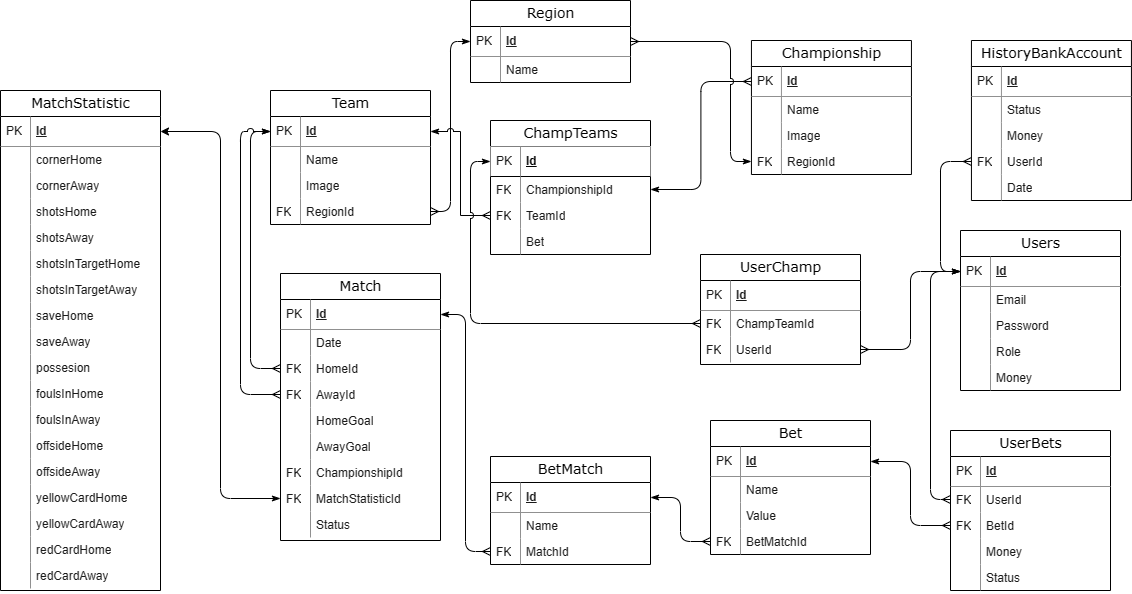
Above: database_example-Page-1.drawio.png in jk2911/diplom (draw.io), before the change. Source tidied: cells renumbered, new cells last; positions are measured from the earlier drawing's top-left corner, leaving out a move shared by most shapes.
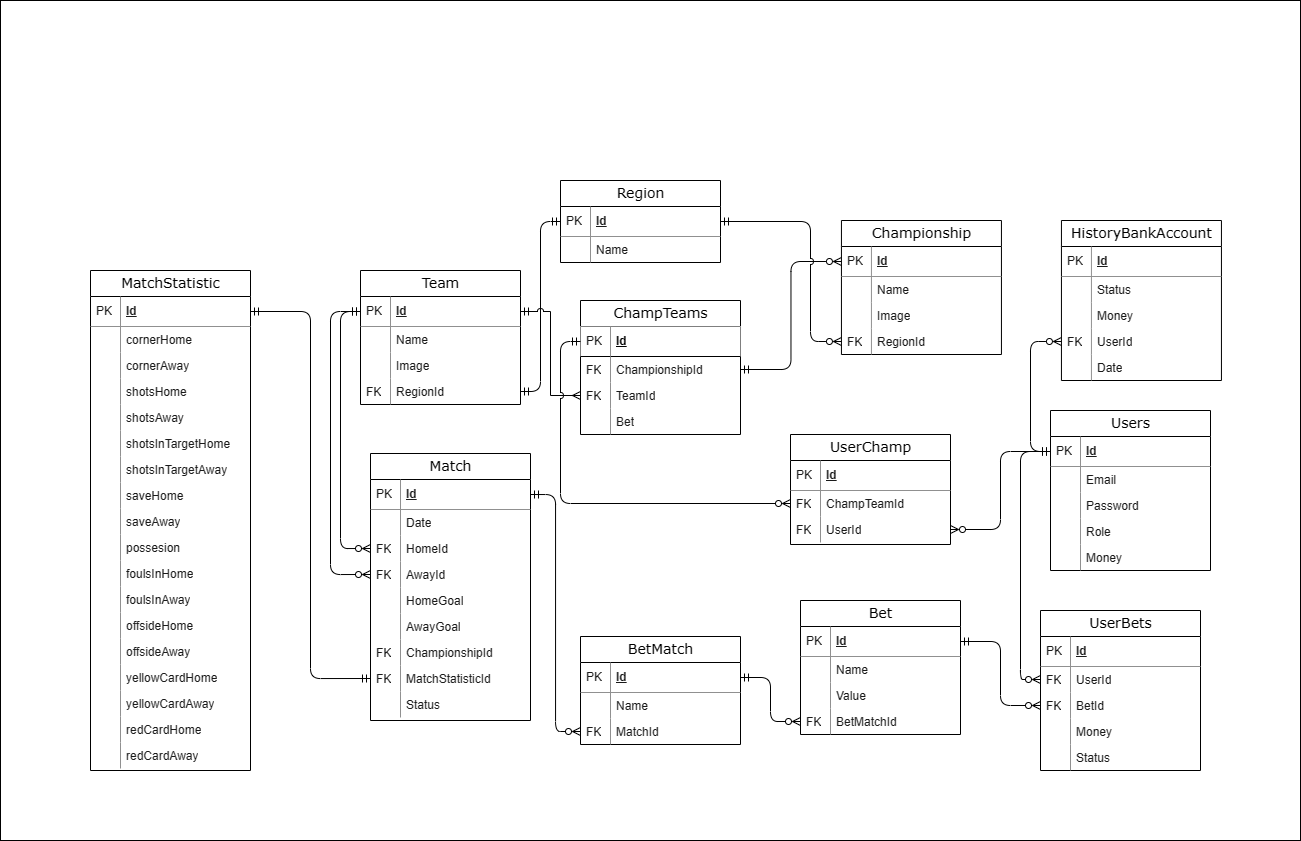
After the commit.

Commit message:
update practice report

The edit, as a diff of the source:
```diff
@@ -2,6 +2,9 @@
   <root>
     <mxCell id="0" />
     <mxCell id="1" parent="0" />
+    <mxCell id="160" style="rounded=0;whiteSpace=wrap;html=1;" parent="1" vertex="1">
+      <mxGeometry x="-90" y="-180" width="1300" height="840" as="geometry" />
+    </mxCell>
     <mxCell id="2" value="MatchStatistic" style="swimlane;html=1;fontStyle=0;horizontal=1;startSize=26;swimlaneFillColor=#ffffff;align=center;rounded=0;shadow=0;comic=0;labelBackgroundColor=none;strokeWidth=1;fontFamily=Verdana;fontSize=14;" parent="1" vertex="1">
       <mxGeometry y="90" width="160" height="500" as="geometry" />
     </mxCell>
@@ -197,10 +200,10 @@
     <mxCell id="66" style="shape=partialRectangle;top=0;left=0;bottom=0;html=1;fillColor=none;align=left;verticalAlign=top;spacingLeft=4;spacingRight=4;whiteSpace=wrap;overflow=hidden;strokeColor=#909090;fontColor=#1A1A1A;" parent="65" vertex="1">
       <mxGeometry width="30" height="26" as="geometry" />
     </mxCell>
-    <mxCell id="67" style="edgeStyle=orthogonalEdgeStyle;rounded=1;jettySize=auto;html=1;exitX=0;exitY=0.5;exitDx=0;exitDy=0;entryX=1;entryY=0.5;entryDx=0;entryDy=0;startArrow=classicThin;startFill=1;endArrow=classic;endFill=1;jumpStyle=arc;" parent="1" edge="1" source="63" target="3">
+    <mxCell id="67" style="edgeStyle=orthogonalEdgeStyle;rounded=1;jettySize=auto;html=1;exitX=0;exitY=0.5;exitDx=0;exitDy=0;entryX=1;entryY=0.5;entryDx=0;entryDy=0;startArrow=ERmandOne;startFill=0;endArrow=ERmandOne;endFill=0;jumpStyle=arc;" parent="1" edge="1" source="63" target="3">
       <mxGeometry relative="1" as="geometry" />
     </mxCell>
-    <mxCell id="68" style="edgeStyle=orthogonalEdgeStyle;rounded=1;jettySize=auto;html=1;exitX=0;exitY=0.5;exitDx=0;exitDy=0;entryX=0;entryY=0.5;entryDx=0;entryDy=0;startArrow=ERmany;startFill=0;endArrow=classicThin;endFill=1;jumpStyle=arc;" parent="1" edge="1" source="53" target="40">
+    <mxCell id="68" style="edgeStyle=orthogonalEdgeStyle;rounded=1;jettySize=auto;html=1;exitX=0;exitY=0.5;exitDx=0;exitDy=0;entryX=0;entryY=0.5;entryDx=0;entryDy=0;startArrow=ERzeroToMany;startFill=0;endArrow=ERmandOne;endFill=0;jumpStyle=arc;" parent="1" edge="1" source="53" target="40">
       <mxGeometry relative="1" as="geometry" />
     </mxCell>
     <mxCell id="69" value="Region" style="swimlane;html=1;fontStyle=0;horizontal=1;startSize=26;swimlaneFillColor=#ffffff;align=center;rounded=0;shadow=0;comic=0;labelBackgroundColor=none;strokeWidth=1;fontFamily=Verdana;fontSize=14;" parent="1" vertex="1">
@@ -218,10 +221,10 @@
     <mxCell id="73" style="shape=partialRectangle;top=0;left=0;bottom=0;html=1;fillColor=none;align=left;verticalAlign=top;spacingLeft=4;spacingRight=4;whiteSpace=wrap;overflow=hidden;strokeColor=#909090;fontColor=#1A1A1A;" parent="72" vertex="1">
       <mxGeometry width="30" height="26" as="geometry" />
     </mxCell>
-    <mxCell id="74" style="edgeStyle=orthogonalEdgeStyle;rounded=1;jettySize=auto;html=1;exitX=1;exitY=0.5;exitDx=0;exitDy=0;entryX=0;entryY=0.5;entryDx=0;entryDy=0;startArrow=ERmany;startFill=0;endArrow=classicThin;endFill=1;jumpStyle=arc;" parent="1" edge="1" source="46" target="70">
+    <mxCell id="74" style="edgeStyle=orthogonalEdgeStyle;rounded=1;jettySize=auto;html=1;exitX=1;exitY=0.5;exitDx=0;exitDy=0;entryX=0;entryY=0.5;entryDx=0;entryDy=0;startArrow=ERmandOne;startFill=0;endArrow=ERmandOne;endFill=0;jumpStyle=arc;" parent="1" edge="1" source="46" target="70">
       <mxGeometry relative="1" as="geometry" />
     </mxCell>
-    <mxCell id="75" style="edgeStyle=orthogonalEdgeStyle;rounded=1;jettySize=auto;html=1;exitX=0;exitY=0.5;exitDx=0;exitDy=0;entryX=0;entryY=0.5;entryDx=0;entryDy=0;startArrow=ERmany;startFill=0;endArrow=classicThin;endFill=1;jumpStyle=arc;" parent="1" edge="1" source="55" target="40">
+    <mxCell id="75" style="edgeStyle=orthogonalEdgeStyle;rounded=1;jettySize=auto;html=1;exitX=0;exitY=0.5;exitDx=0;exitDy=0;entryX=0;entryY=0.5;entryDx=0;entryDy=0;startArrow=ERzeroToMany;startFill=0;endArrow=ERmandOne;endFill=0;jumpStyle=none;" parent="1" edge="1" source="55" target="40">
       <mxGeometry relative="1" as="geometry">
         <Array as="points">
           <mxPoint x="240" y="394" />
@@ -256,7 +259,7 @@
     <mxCell id="84" style="shape=partialRectangle;top=0;left=0;bottom=0;html=1;fillColor=none;align=left;verticalAlign=top;spacingLeft=4;spacingRight=4;whiteSpace=wrap;overflow=hidden;strokeColor=#909090;fontColor=#1A1A1A;" parent="83" vertex="1">
       <mxGeometry width="30" height="26" as="geometry" />
     </mxCell>
-    <mxCell id="85" style="edgeStyle=orthogonalEdgeStyle;rounded=0;jettySize=auto;html=1;exitX=0;exitY=0.5;exitDx=0;exitDy=0;entryX=1;entryY=0.5;entryDx=0;entryDy=0;endArrow=classicThin;endFill=1;startArrow=ERmany;startFill=0;jumpStyle=arc;" parent="1" edge="1" source="81" target="40">
+    <mxCell id="85" style="edgeStyle=orthogonalEdgeStyle;rounded=0;jettySize=auto;html=1;exitX=0;exitY=0.5;exitDx=0;exitDy=0;entryX=1;entryY=0.5;entryDx=0;entryDy=0;endArrow=ERmandOne;endFill=0;startArrow=ERmany;startFill=0;jumpStyle=arc;" parent="1" edge="1" source="81" target="40">
       <mxGeometry relative="1" as="geometry" />
     </mxCell>
     <mxCell id="86" value="Championship" style="swimlane;html=1;fontStyle=0;horizontal=1;startSize=26;swimlaneFillColor=#ffffff;align=center;rounded=0;shadow=0;comic=0;labelBackgroundColor=none;strokeWidth=1;fontFamily=Verdana;fontSize=14;" parent="1" vertex="1">
@@ -286,14 +289,14 @@
     <mxCell id="94" value="FK" style="shape=partialRectangle;top=0;left=0;bottom=0;html=1;fillColor=none;align=left;verticalAlign=top;spacingLeft=4;spacingRight=4;whiteSpace=wrap;overflow=hidden;strokeColor=#909090;fontColor=#1A1A1A;" parent="93" vertex="1">
       <mxGeometry width="30" height="26" as="geometry" />
     </mxCell>
-    <mxCell id="95" style="edgeStyle=orthogonalEdgeStyle;rounded=1;jettySize=auto;html=1;exitX=1;exitY=0.5;exitDx=0;exitDy=0;entryX=0;entryY=0.5;entryDx=0;entryDy=0;startArrow=classicThin;startFill=1;endArrow=ERmany;endFill=0;jumpStyle=arc;" parent="1" edge="1" source="79" target="87">
+    <mxCell id="95" style="edgeStyle=orthogonalEdgeStyle;rounded=1;jettySize=auto;html=1;exitX=1;exitY=0.5;exitDx=0;exitDy=0;entryX=0;entryY=0.5;entryDx=0;entryDy=0;startArrow=ERmandOne;startFill=0;endArrow=ERzeroToMany;endFill=0;jumpStyle=arc;" parent="1" edge="1" source="79" target="87">
       <mxGeometry relative="1" as="geometry" />
     </mxCell>
-    <mxCell id="96" style="edgeStyle=orthogonalEdgeStyle;rounded=1;jettySize=auto;html=1;exitX=0;exitY=0.5;exitDx=0;exitDy=0;entryX=1;entryY=0.5;entryDx=0;entryDy=0;jumpStyle=arc;startArrow=classicThin;startFill=1;endArrow=ERmany;endFill=0;" parent="1" edge="1" source="93" target="70">
+    <mxCell id="96" style="edgeStyle=orthogonalEdgeStyle;rounded=1;jettySize=auto;html=1;exitX=0;exitY=0.5;exitDx=0;exitDy=0;entryX=1;entryY=0.5;entryDx=0;entryDy=0;jumpStyle=arc;startArrow=ERzeroToMany;startFill=0;endArrow=ERmandOne;endFill=0;" parent="1" edge="1" source="93" target="70">
       <mxGeometry relative="1" as="geometry">
         <Array as="points">
-          <mxPoint x="730" y="161" />
-          <mxPoint x="730" y="41" />
+          <mxPoint x="720" y="161" />
+          <mxPoint x="720" y="41" />
         </Array>
       </mxGeometry>
     </mxCell>
@@ -318,7 +321,7 @@
     <mxCell id="103" value="FK" style="shape=partialRectangle;top=0;left=0;bottom=0;html=1;fillColor=none;align=left;verticalAlign=top;spacingLeft=4;spacingRight=4;whiteSpace=wrap;overflow=hidden;strokeColor=#909090;fontColor=#1A1A1A;" parent="102" vertex="1">
       <mxGeometry width="30" height="26" as="geometry" />
     </mxCell>
-    <mxCell id="104" style="edgeStyle=orthogonalEdgeStyle;rounded=1;jettySize=auto;html=1;exitX=0;exitY=0.5;exitDx=0;exitDy=0;entryX=0;entryY=0.5;entryDx=0;entryDy=0;startArrow=ERmany;startFill=0;endArrow=classicThin;endFill=1;jumpStyle=arc;" parent="1" edge="1" source="100" target="77">
+    <mxCell id="104" style="edgeStyle=orthogonalEdgeStyle;rounded=1;jettySize=auto;html=1;exitX=0;exitY=0.5;exitDx=0;exitDy=0;entryX=0;entryY=0.5;entryDx=0;entryDy=0;startArrow=ERzeroToMany;startFill=0;endArrow=ERmandOne;endFill=0;jumpStyle=arc;" parent="1" edge="1" source="100" target="77">
       <mxGeometry relative="1" as="geometry" />
     </mxCell>
     <mxCell id="105" value="HistoryBankAccount" style="swimlane;html=1;fontStyle=0;horizontal=1;startSize=26;swimlaneFillColor=#ffffff;align=center;rounded=0;shadow=0;comic=0;labelBackgroundColor=none;strokeWidth=1;fontFamily=Verdana;fontSize=14;" parent="1" vertex="1">
@@ -468,22 +471,22 @@
     <mxCell id="153" value="FK" style="shape=partialRectangle;top=0;left=0;bottom=0;html=1;fillColor=none;align=left;verticalAlign=top;spacingLeft=4;spacingRight=4;whiteSpace=wrap;overflow=hidden;strokeColor=#909090;fontColor=#1A1A1A;" parent="152" vertex="1">
       <mxGeometry width="30" height="26" as="geometry" />
     </mxCell>
-    <mxCell id="154" style="edgeStyle=orthogonalEdgeStyle;rounded=1;jettySize=auto;html=1;exitX=0;exitY=0.5;exitDx=0;exitDy=0;entryX=1;entryY=0.5;entryDx=0;entryDy=0;jumpStyle=arc;endArrow=classicThin;endFill=1;startArrow=ERmany;startFill=0;" parent="1" edge="1" source="152" target="49">
+    <mxCell id="154" style="edgeStyle=orthogonalEdgeStyle;rounded=1;jettySize=auto;html=1;exitX=0;exitY=0.5;exitDx=0;exitDy=0;entryX=1;entryY=0.5;entryDx=0;entryDy=0;jumpStyle=arc;endArrow=ERmandOne;endFill=0;startArrow=ERzeroToMany;startFill=0;" parent="1" edge="1" source="152" target="49">
       <mxGeometry relative="1" as="geometry" />
     </mxCell>
-    <mxCell id="155" style="edgeStyle=orthogonalEdgeStyle;rounded=1;jettySize=auto;html=1;exitX=0;exitY=0.5;exitDx=0;exitDy=0;entryX=1;entryY=0.5;entryDx=0;entryDy=0;endArrow=classicThin;endFill=1;startArrow=ERmany;startFill=0;jumpStyle=arc;" parent="1" edge="1" source="145" target="148">
+    <mxCell id="155" style="edgeStyle=orthogonalEdgeStyle;rounded=1;jettySize=auto;html=1;exitX=0;exitY=0.5;exitDx=0;exitDy=0;entryX=1;entryY=0.5;entryDx=0;entryDy=0;endArrow=ERmandOne;endFill=0;startArrow=ERzeroToMany;startFill=0;jumpStyle=arc;" parent="1" edge="1" source="145" target="148">
       <mxGeometry relative="1" as="geometry" />
     </mxCell>
-    <mxCell id="156" style="edgeStyle=orthogonalEdgeStyle;rounded=1;jettySize=auto;html=1;exitX=0;exitY=0.5;exitDx=0;exitDy=0;entryX=0;entryY=0.5;entryDx=0;entryDy=0;endArrow=classicThin;endFill=1;startArrow=ERmany;startFill=0;jumpStyle=arc;" parent="1" edge="1" source="130" target="117">
+    <mxCell id="156" style="edgeStyle=orthogonalEdgeStyle;rounded=1;jettySize=auto;html=1;exitX=0;exitY=0.5;exitDx=0;exitDy=0;entryX=0;entryY=0.5;entryDx=0;entryDy=0;endArrow=ERmandOne;endFill=0;startArrow=ERzeroToMany;startFill=0;jumpStyle=arc;" parent="1" edge="1" source="130" target="117">
       <mxGeometry relative="1" as="geometry" />
     </mxCell>
-    <mxCell id="157" style="edgeStyle=orthogonalEdgeStyle;rounded=1;jettySize=auto;html=1;exitX=0;exitY=0.5;exitDx=0;exitDy=0;entryX=1;entryY=0.5;entryDx=0;entryDy=0;startArrow=ERmany;startFill=0;endArrow=classicThin;endFill=1;jumpStyle=arc;" parent="1" edge="1" source="132" target="139">
+    <mxCell id="157" style="edgeStyle=orthogonalEdgeStyle;rounded=1;jettySize=auto;html=1;exitX=0;exitY=0.5;exitDx=0;exitDy=0;entryX=1;entryY=0.5;entryDx=0;entryDy=0;startArrow=ERzeroToMany;startFill=0;endArrow=ERmandOne;endFill=0;jumpStyle=arc;" parent="1" edge="1" source="132" target="139">
       <mxGeometry relative="1" as="geometry" />
     </mxCell>
-    <mxCell id="158" style="edgeStyle=orthogonalEdgeStyle;rounded=1;jettySize=auto;html=1;exitX=1;exitY=0.5;exitDx=0;exitDy=0;entryX=0;entryY=0.5;entryDx=0;entryDy=0;endArrow=classicThin;endFill=1;startArrow=ERmany;startFill=0;" parent="1" edge="1" source="102" target="117">
+    <mxCell id="158" style="edgeStyle=orthogonalEdgeStyle;rounded=1;jettySize=auto;html=1;exitX=1;exitY=0.5;exitDx=0;exitDy=0;entryX=0;entryY=0.5;entryDx=0;entryDy=0;endArrow=ERmandOne;endFill=0;startArrow=ERzeroToMany;startFill=0;" parent="1" edge="1" source="102" target="117">
       <mxGeometry relative="1" as="geometry" />
     </mxCell>
-    <mxCell id="159" style="edgeStyle=orthogonalEdgeStyle;rounded=1;jettySize=auto;html=1;exitX=0;exitY=0.5;exitDx=0;exitDy=0;entryX=0;entryY=0.5;entryDx=0;entryDy=0;startArrow=ERmany;startFill=0;endArrow=classicThin;endFill=1;jumpStyle=arc;" parent="1" edge="1" source="112" target="117">
+    <mxCell id="159" style="edgeStyle=orthogonalEdgeStyle;rounded=1;jettySize=auto;html=1;exitX=0;exitY=0.5;exitDx=0;exitDy=0;entryX=0;entryY=0.5;entryDx=0;entryDy=0;startArrow=ERzeroToMany;startFill=0;endArrow=ERmandOne;endFill=0;jumpStyle=arc;" parent="1" edge="1" source="112" target="117">
       <mxGeometry relative="1" as="geometry" />
     </mxCell>
   </root>
```
